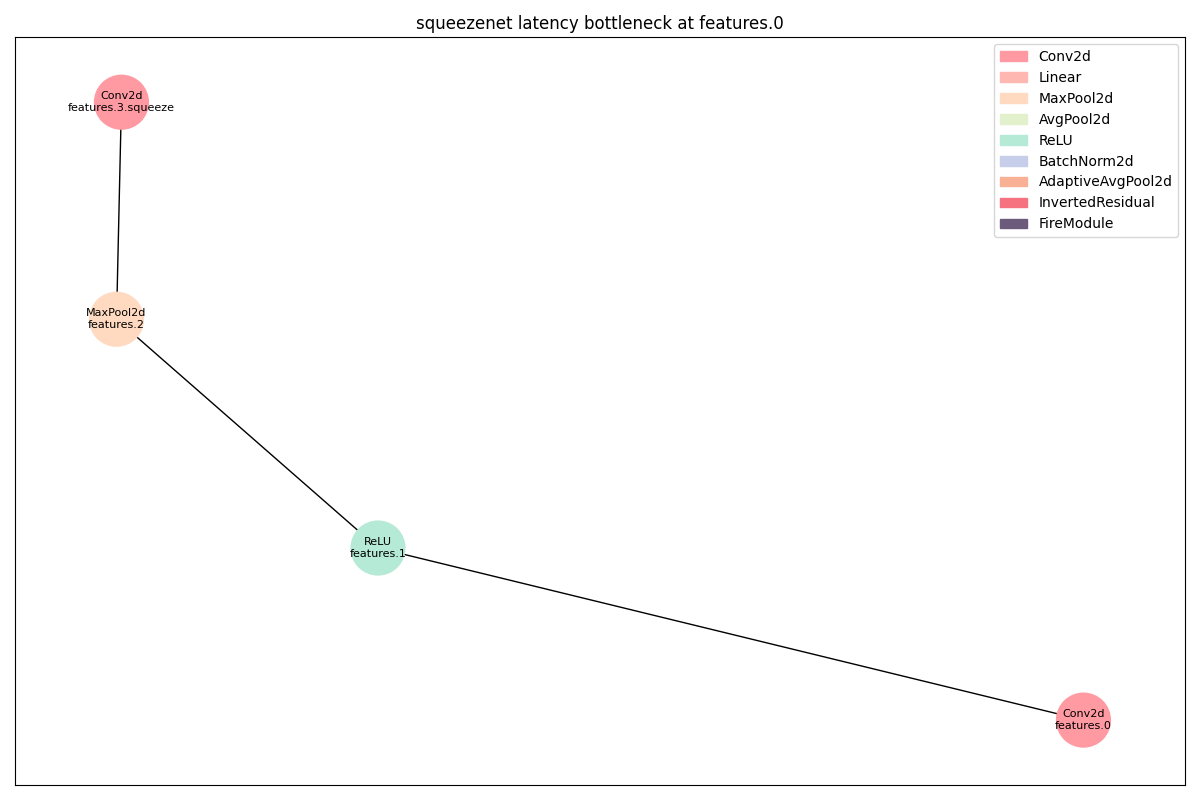
Above: dags/squeezenet_latency_features_0_op.png in 11222-Meng/DNN_Bottlen_Layer_Analysis (Graphviz), before the change. Its source is kept beside it as dags/squeezenet_latency_features_0_op.dot. The source it was exported from:
```dot
strict digraph "" {
	Conv2d_0	[color="#FF9AA2",
		layer_name="features.0",
		params=14208,
		type=Conv2d];
	ReLU_0	[color="#B5EAD7",
		layer_name="features.1",
		params=0,
		type=ReLU];
	Conv2d_0 -> ReLU_0;
	MaxPool2d_0	[color="#FFDAC1",
		layer_name="features.2",
		params=0,
		type=MaxPool2d];
	ReLU_0 -> MaxPool2d_0;
	Conv2d_1	[color="#FF9AA2",
		layer_name="features.3.squeeze",
		params=1552,
		type=Conv2d];
	MaxPool2d_0 -> Conv2d_1;
}
```
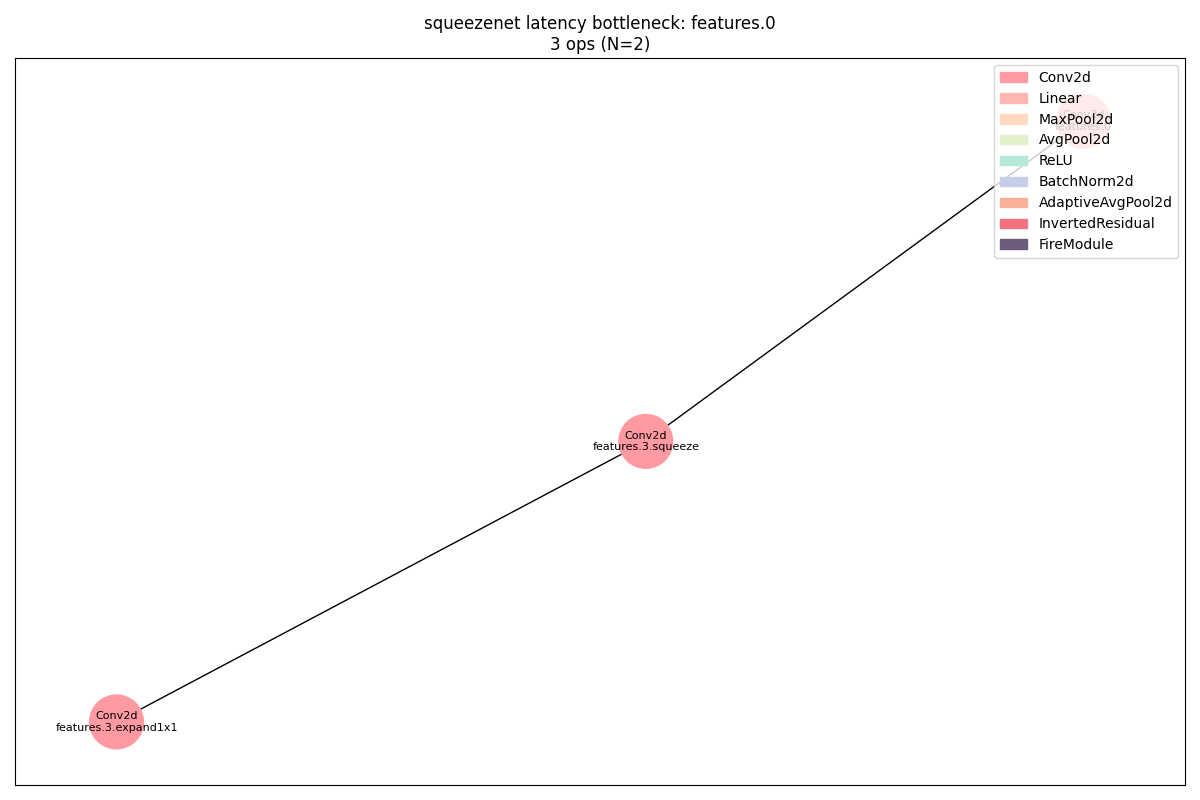
Above is the later version.

Diff of the diagram source:
```diff
@@ -3,19 +3,14 @@
 		layer_name="features.0",
 		params=14208,
 		type=Conv2d];
-	ReLU_0	[color="#B5EAD7",
-		layer_name="features.1",
-		params=0,
-		type=ReLU];
-	Conv2d_0 -> ReLU_0;
-	MaxPool2d_0	[color="#FFDAC1",
-		layer_name="features.2",
-		params=0,
-		type=MaxPool2d];
-	ReLU_0 -> MaxPool2d_0;
 	Conv2d_1	[color="#FF9AA2",
 		layer_name="features.3.squeeze",
 		params=1552,
 		type=Conv2d];
-	MaxPool2d_0 -> Conv2d_1;
+	Conv2d_0 -> Conv2d_1;
+	Conv2d_2	[color="#FF9AA2",
+		layer_name="features.3.expand1x1",
+		params=1088,
+		type=Conv2d];
+	Conv2d_1 -> Conv2d_2;
 }
```
